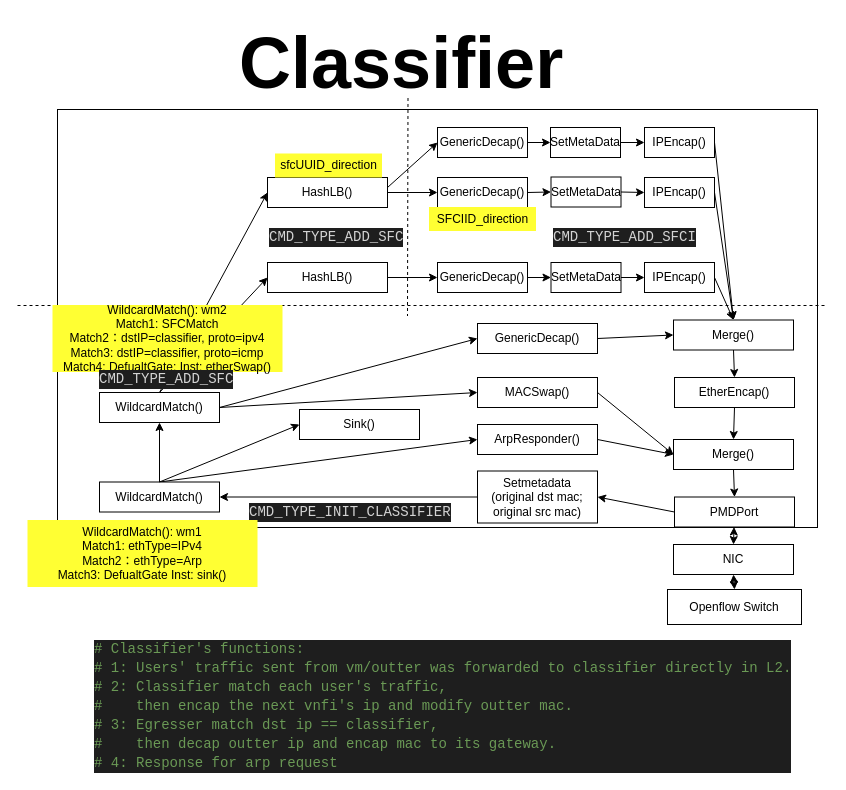
Earlier version of the draw.io diagram doc/SoftwareDesign/Dataplane/ServerBasedClassifier/classifier.drawio (magaboomchen/SelfAdaptiveMano). Source tidied: cells renumbered, new cells numbered last; positions are measured from the earlier drawing's top-left corner, leaving out a move shared by most shapes. Both pictures are drawn from the tidied source at 100%, with x=0, y=0 at pixel (17, 17).
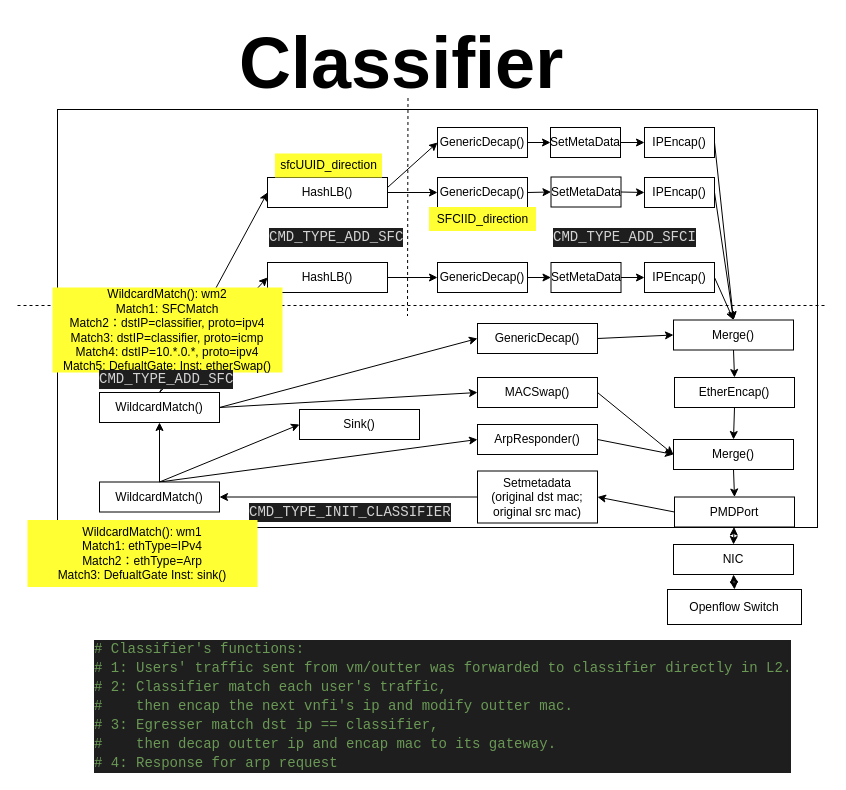
Above is the later version.

Change to the diagram source:
```diff
@@
-    <mxCell id="53" value="&lt;span style=&quot;text-align: left ; white-space: nowrap&quot;&gt;WildcardMatch(): wm2&lt;br&gt;&lt;/span&gt;&lt;span style=&quot;text-align: left ; white-space: nowrap&quot;&gt;Match1: SFCMatch&lt;/span&gt;&lt;span style=&quot;text-align: left ; white-space: nowrap&quot;&gt;&lt;br&gt;Match2：dstIP=classifier, proto=ipv4&lt;br&gt;Match3: dstIP=classifier, proto=icmp&lt;br&gt;Match4: DefualtGate; Inst: etherSwap()&lt;br&gt;&lt;/span&gt;" style="text;html=1;strokeColor=none;fillColor=#FFFF33;align=center;verticalAlign=middle;whiteSpace=wrap;rounded=0;" parent="1" vertex="1">
-      <mxGeometry x="35" y="287.5" width="230" height="67" as="geometry" />
+    <mxCell id="53" value="&lt;span style=&quot;text-align: left ; white-space: nowrap&quot;&gt;WildcardMatch(): wm2&lt;br&gt;&lt;/span&gt;&lt;span style=&quot;text-align: left ; white-space: nowrap&quot;&gt;Match1: SFCMatch&lt;/span&gt;&lt;span style=&quot;text-align: left ; white-space: nowrap&quot;&gt;&lt;br&gt;Match2：dstIP=classifier, proto=ipv4&lt;br&gt;Match3: dstIP=classifier, proto=icmp&lt;br&gt;Match4: dstIP=10.*.0.*, proto=ipv4&lt;br&gt;Match5: DefualtGate; Inst: etherSwap()&lt;br&gt;&lt;/span&gt;" style="text;html=1;strokeColor=none;fillColor=#FFFF33;align=center;verticalAlign=middle;whiteSpace=wrap;rounded=0;" parent="1" vertex="1">
+      <mxGeometry x="35" y="270" width="230" height="85" as="geometry" />
     </mxCell>
```
